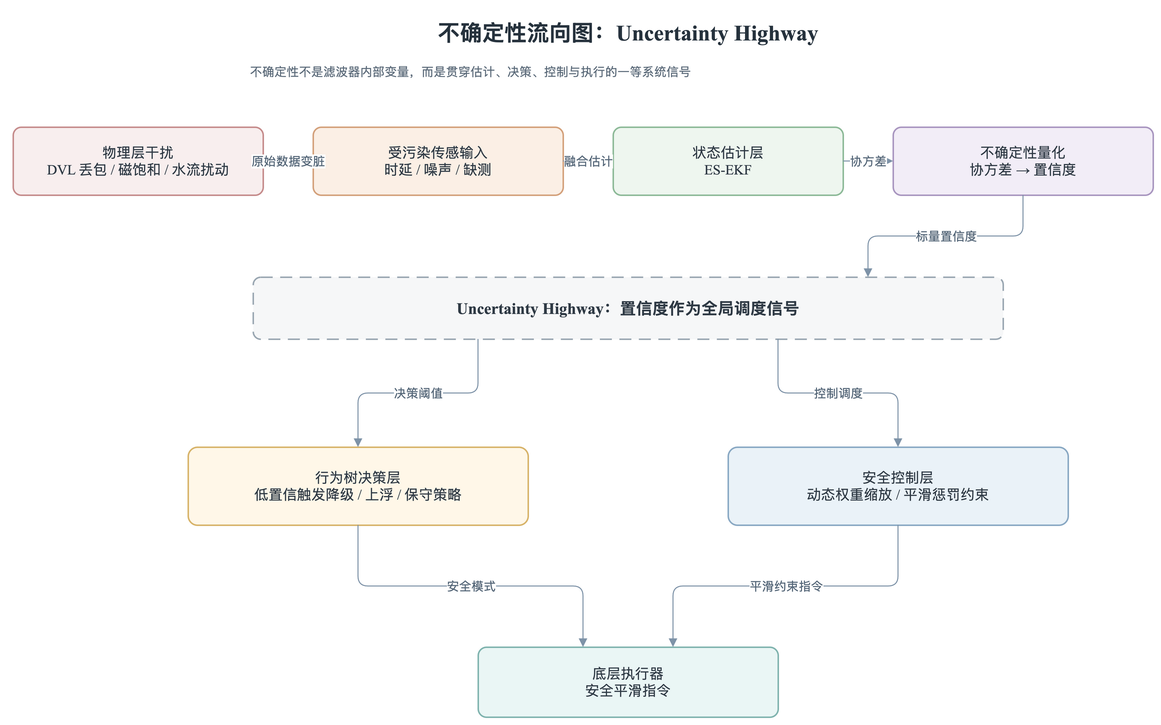
360ZMEM/AUV-Master-Project keeps this draw.io diagram as docs/thesis/figures/architecture/auv_v2_uncertainty_highway.drawio.png. Above is the earlier version. Source tidied: cells renumbered, new cells last; positions are measured from the earlier drawing's top-left corner, leaving out a move shared by most shapes.
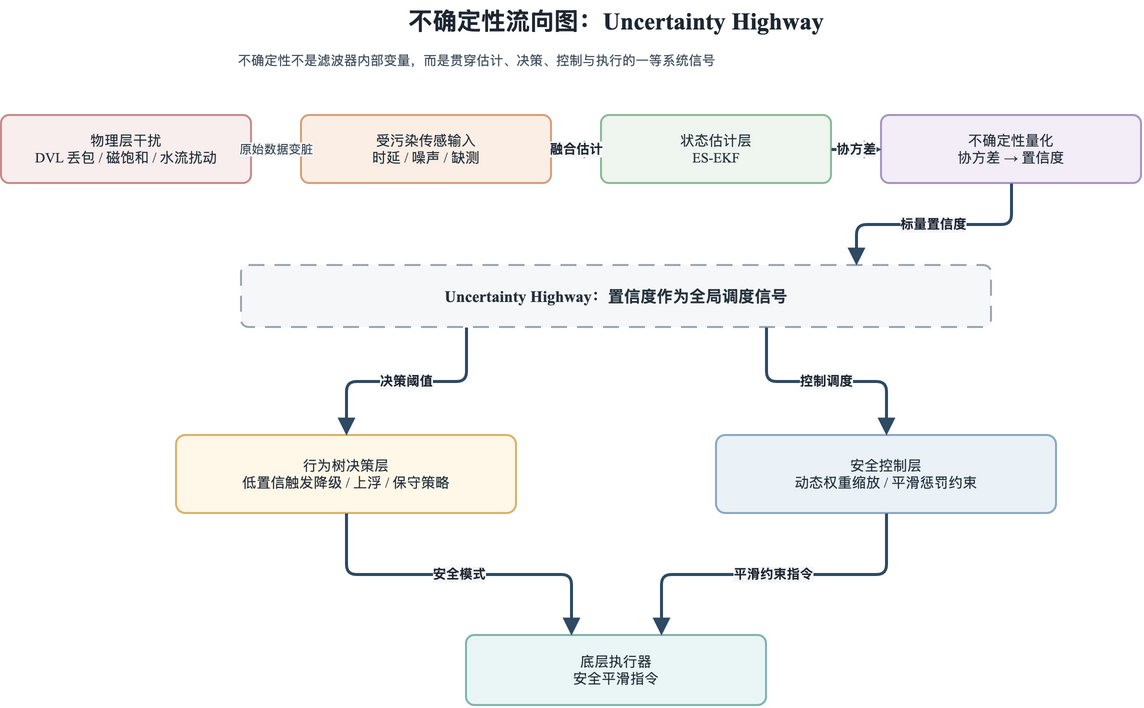
The same diagram one commit later.

Change to the diagram source:
```diff
@@ -2,58 +2,58 @@
   <root>
     <mxCell id="0" />
     <mxCell id="1" parent="0" />
-    <mxCell id="2" value="不确定性流向图：Uncertainty Highway" style="text;html=1;strokeColor=none;fillColor=none;align=center;verticalAlign=middle;whiteSpace=wrap;rounded=0;fontFamily=Noto Serif CJK SC,Times New Roman;fontSize=22;fontStyle=1;fontColor=#26323D;" parent="1" vertex="1">
+    <mxCell id="2" value="不确定性流向图：Uncertainty Highway" style="text;html=1;strokeColor=none;fillColor=none;align=center;verticalAlign=middle;whiteSpace=wrap;rounded=0;fontFamily=Noto Serif CJK SC,Times New Roman;fontSize=24;fontStyle=1;fontColor=#1E2732;" parent="1" vertex="1">
       <mxGeometry x="215" width="800" height="42" as="geometry" />
     </mxCell>
-    <mxCell id="3" value="不确定性不是滤波器内部变量，而是贯穿估计、决策、控制与执行的一等系统信号" style="text;html=1;strokeColor=none;fillColor=none;align=left;verticalAlign=top;whiteSpace=wrap;rounded=0;fontFamily=Noto Serif CJK SC,Times New Roman;fontSize=12;fontColor=#5C6B7A;" parent="1" vertex="1">
+    <mxCell id="3" value="不确定性不是滤波器内部变量，而是贯穿估计、决策、控制与执行的一等系统信号" style="text;html=1;strokeColor=none;fillColor=none;align=left;verticalAlign=top;whiteSpace=wrap;rounded=0;fontFamily=Noto Serif CJK SC,Times New Roman;fontSize=13;fontColor=#43525F;" parent="1" vertex="1">
       <mxGeometry x="235" y="46" width="760" height="34" as="geometry" />
     </mxCell>
-    <mxCell id="4" value="物理层干扰&#10;DVL 丢包 / 磁饱和 / 水流扰动" style="rounded=1;whiteSpace=wrap;html=1;arcSize=12;fillColor=#F8EEEE;strokeColor=#C68C8C;strokeWidth=1.5;spacing=8;fontFamily=Noto Serif CJK SC,Times New Roman;fontSize=14;fontColor=#2F3A45;" parent="1" vertex="1">
+    <mxCell id="4" value="物理层干扰&#10;DVL 丢包 / 磁饱和 / 水流扰动" style="rounded=1;whiteSpace=wrap;html=1;arcSize=12;fillColor=#F8EEEE;strokeColor=#C68C8C;strokeWidth=2;spacing=8;shadow=0;fontFamily=Noto Serif CJK SC,Times New Roman;fontSize=14;fontColor=#26323D;" parent="1" vertex="1">
       <mxGeometry y="115" width="250" height="68" as="geometry" />
     </mxCell>
-    <mxCell id="5" value="受污染传感输入&#10;时延 / 噪声 / 缺测" style="rounded=1;whiteSpace=wrap;html=1;arcSize=12;fillColor=#FBEFE5;strokeColor=#D4A17B;strokeWidth=1.5;spacing=8;fontFamily=Noto Serif CJK SC,Times New Roman;fontSize=14;fontColor=#2F3A45;" parent="1" vertex="1">
+    <mxCell id="5" value="受污染传感输入&#10;时延 / 噪声 / 缺测" style="rounded=1;whiteSpace=wrap;html=1;arcSize=12;fillColor=#FBEFE5;strokeColor=#D4A17B;strokeWidth=2;spacing=8;shadow=0;fontFamily=Noto Serif CJK SC,Times New Roman;fontSize=14;fontColor=#26323D;" parent="1" vertex="1">
       <mxGeometry x="300" y="115" width="250" height="68" as="geometry" />
     </mxCell>
-    <mxCell id="6" value="状态估计层&#10;ES-EKF" style="rounded=1;whiteSpace=wrap;html=1;arcSize=12;fillColor=#EEF6EF;strokeColor=#8DBA98;strokeWidth=1.5;spacing=8;fontFamily=Noto Serif CJK SC,Times New Roman;fontSize=14;fontColor=#2F3A45;" parent="1" vertex="1">
+    <mxCell id="6" value="状态估计层&#10;ES-EKF" style="rounded=1;whiteSpace=wrap;html=1;arcSize=12;fillColor=#EEF6EF;strokeColor=#8DBA98;strokeWidth=2;spacing=8;shadow=0;fontFamily=Noto Serif CJK SC,Times New Roman;fontSize=14;fontColor=#26323D;" parent="1" vertex="1">
       <mxGeometry x="600" y="115" width="230" height="68" as="geometry" />
     </mxCell>
-    <mxCell id="7" value="不确定性量化&#10;协方差 → 置信度" style="rounded=1;whiteSpace=wrap;html=1;arcSize=12;fillColor=#F2EDF7;strokeColor=#A996C0;strokeWidth=1.5;spacing=8;fontFamily=Noto Serif CJK SC,Times New Roman;fontSize=14;fontColor=#2F3A45;" parent="1" vertex="1">
+    <mxCell id="7" value="不确定性量化&#10;协方差 → 置信度" style="rounded=1;whiteSpace=wrap;html=1;arcSize=12;fillColor=#F2EDF7;strokeColor=#A996C0;strokeWidth=2;spacing=8;shadow=0;fontFamily=Noto Serif CJK SC,Times New Roman;fontSize=14;fontColor=#26323D;" parent="1" vertex="1">
       <mxGeometry x="880" y="115" width="260" height="68" as="geometry" />
     </mxCell>
-    <mxCell id="8" value="Uncertainty Highway：置信度作为全局调度信号" style="rounded=1;whiteSpace=wrap;html=1;arcSize=12;fillColor=#F6F7F8;strokeColor=#9AA7B2;strokeWidth=1.5;spacing=8;fontFamily=Noto Serif CJK SC,Times New Roman;fontSize=14;fontColor=#2F3A45;dashed=1;dashPattern=8 5;fontStyle=1;fontSize=16;" parent="1" vertex="1">
+    <mxCell id="8" value="Uncertainty Highway：置信度作为全局调度信号" style="rounded=1;whiteSpace=wrap;html=1;arcSize=12;fillColor=#F6F7F8;strokeColor=#9AA7B2;strokeWidth=2;spacing=8;shadow=0;fontFamily=Noto Serif CJK SC,Times New Roman;fontSize=14;fontColor=#26323D;dashed=1;dashPattern=8 5;fontStyle=1;fontSize=16;" parent="1" vertex="1">
       <mxGeometry x="240" y="265" width="750" height="62" as="geometry" />
     </mxCell>
-    <mxCell id="9" value="行为树决策层&#10;低置信触发降级 / 上浮 / 保守策略" style="rounded=1;whiteSpace=wrap;html=1;arcSize=12;fillColor=#FFF7E8;strokeColor=#D8B46A;strokeWidth=1.5;spacing=8;fontFamily=Noto Serif CJK SC,Times New Roman;fontSize=14;fontColor=#2F3A45;" parent="1" vertex="1">
+    <mxCell id="9" value="行为树决策层&#10;低置信触发降级 / 上浮 / 保守策略" style="rounded=1;whiteSpace=wrap;html=1;arcSize=12;fillColor=#FFF7E8;strokeColor=#D8B46A;strokeWidth=2;spacing=8;shadow=0;fontFamily=Noto Serif CJK SC,Times New Roman;fontSize=14;fontColor=#26323D;" parent="1" vertex="1">
       <mxGeometry x="175" y="435" width="340" height="78" as="geometry" />
     </mxCell>
-    <mxCell id="10" value="安全控制层&#10;动态权重缩放 / 平滑惩罚约束" style="rounded=1;whiteSpace=wrap;html=1;arcSize=12;fillColor=#EAF2F8;strokeColor=#8AA9C4;strokeWidth=1.5;spacing=8;fontFamily=Noto Serif CJK SC,Times New Roman;fontSize=14;fontColor=#2F3A45;" parent="1" vertex="1">
+    <mxCell id="10" value="安全控制层&#10;动态权重缩放 / 平滑惩罚约束" style="rounded=1;whiteSpace=wrap;html=1;arcSize=12;fillColor=#EAF2F8;strokeColor=#8AA9C4;strokeWidth=2;spacing=8;shadow=0;fontFamily=Noto Serif CJK SC,Times New Roman;fontSize=14;fontColor=#26323D;" parent="1" vertex="1">
       <mxGeometry x="715" y="435" width="340" height="78" as="geometry" />
     </mxCell>
-    <mxCell id="11" value="底层执行器&#10;安全平滑指令" style="rounded=1;whiteSpace=wrap;html=1;arcSize=12;fillColor=#EAF6F5;strokeColor=#80B4AF;strokeWidth=1.5;spacing=8;fontFamily=Noto Serif CJK SC,Times New Roman;fontSize=14;fontColor=#2F3A45;" parent="1" vertex="1">
+    <mxCell id="11" value="底层执行器&#10;安全平滑指令" style="rounded=1;whiteSpace=wrap;html=1;arcSize=12;fillColor=#EAF6F5;strokeColor=#80B4AF;strokeWidth=2;spacing=8;shadow=0;fontFamily=Noto Serif CJK SC,Times New Roman;fontSize=14;fontColor=#26323D;" parent="1" vertex="1">
       <mxGeometry x="465" y="635" width="300" height="70" as="geometry" />
     </mxCell>
-    <mxCell id="12" value="原始数据变脏" style="edgeStyle=orthogonalEdgeStyle;rounded=1;jettySize=auto;html=1;strokeColor=#7E93A8;fontColor=#536577;fontSize=12;endArrow=block;endFill=1;exitX=1;entryX=0;" parent="1" edge="1" source="4" target="5">
+    <mxCell id="12" value="原始数据变脏" style="edgeStyle=orthogonalEdgeStyle;rounded=1;jettySize=auto;html=1;strokeColor=#5F7690;fontColor=#3B4A57;fontSize=12;strokeWidth=2;labelBackgroundColor=#F6F7F8;labelBorderColor=none;endArrow=block;endFill=1;endSize=8;exitX=1;entryX=0;" parent="1" edge="1" source="4" target="5">
       <mxGeometry relative="1" as="geometry" />
     </mxCell>
-    <mxCell id="13" value="融合估计" style="edgeStyle=orthogonalEdgeStyle;rounded=1;jettySize=auto;html=1;strokeColor=#7E93A8;fontColor=#536577;fontSize=12;endArrow=block;endFill=1;exitX=1;entryX=0;" parent="1" edge="1" source="5" target="6">
+    <mxCell id="13" value="融合估计" style="edgeStyle=orthogonalEdgeStyle;rounded=1;jettySize=auto;html=1;strokeColor=#2F4A63;fontColor=#1E2732;fontSize=13;fontStyle=1;strokeWidth=3;labelBackgroundColor=#F6F7F8;labelBorderColor=none;endArrow=block;endFill=1;endSize=10;exitX=1;entryX=0;" parent="1" edge="1" source="5" target="6">
       <mxGeometry relative="1" as="geometry" />
     </mxCell>
-    <mxCell id="14" value="协方差" style="edgeStyle=orthogonalEdgeStyle;rounded=1;jettySize=auto;html=1;strokeColor=#7E93A8;fontColor=#536577;fontSize=12;endArrow=block;endFill=1;exitX=1;entryX=0;" parent="1" edge="1" source="6" target="7">
+    <mxCell id="14" value="协方差" style="edgeStyle=orthogonalEdgeStyle;rounded=1;jettySize=auto;html=1;strokeColor=#2F4A63;fontColor=#1E2732;fontSize=13;fontStyle=1;strokeWidth=3;labelBackgroundColor=#F6F7F8;labelBorderColor=none;endArrow=block;endFill=1;endSize=10;exitX=1;entryX=0;" parent="1" edge="1" source="6" target="7">
       <mxGeometry relative="1" as="geometry" />
     </mxCell>
-    <mxCell id="15" value="标量置信度" style="edgeStyle=orthogonalEdgeStyle;rounded=1;jettySize=auto;html=1;strokeColor=#7E93A8;fontColor=#536577;fontSize=12;endArrow=block;endFill=1;exitX=0.5;exitY=1;entryX=0.82;entryY=0;" parent="1" edge="1" source="7" target="8">
+    <mxCell id="15" value="标量置信度" style="edgeStyle=orthogonalEdgeStyle;rounded=1;jettySize=auto;html=1;strokeColor=#2F4A63;fontColor=#1E2732;fontSize=13;fontStyle=1;strokeWidth=3;labelBackgroundColor=#F6F7F8;labelBorderColor=none;endArrow=block;endFill=1;endSize=10;exitX=0.5;exitY=1;entryX=0.82;entryY=0;" parent="1" edge="1" source="7" target="8">
       <mxGeometry relative="1" as="geometry" />
     </mxCell>
-    <mxCell id="16" value="决策阈值" style="edgeStyle=orthogonalEdgeStyle;rounded=1;jettySize=auto;html=1;strokeColor=#7E93A8;fontColor=#536577;fontSize=12;endArrow=block;endFill=1;exitX=0.3;exitY=1;entryX=0.5;entryY=0;" parent="1" edge="1" source="8" target="9">
+    <mxCell id="16" value="决策阈值" style="edgeStyle=orthogonalEdgeStyle;rounded=1;jettySize=auto;html=1;strokeColor=#2F4A63;fontColor=#1E2732;fontSize=13;fontStyle=1;strokeWidth=3;labelBackgroundColor=#F6F7F8;labelBorderColor=none;endArrow=block;endFill=1;endSize=10;exitX=0.3;exitY=1;entryX=0.5;entryY=0;" parent="1" edge="1" source="8" target="9">
       <mxGeometry relative="1" as="geometry" />
     </mxCell>
-    <mxCell id="17" value="控制调度" style="edgeStyle=orthogonalEdgeStyle;rounded=1;jettySize=auto;html=1;strokeColor=#7E93A8;fontColor=#536577;fontSize=12;endArrow=block;endFill=1;exitX=0.7;exitY=1;entryX=0.5;entryY=0;" parent="1" edge="1" source="8" target="10">
+    <mxCell id="17" value="控制调度" style="edgeStyle=orthogonalEdgeStyle;rounded=1;jettySize=auto;html=1;strokeColor=#2F4A63;fontColor=#1E2732;fontSize=13;fontStyle=1;strokeWidth=3;labelBackgroundColor=#F6F7F8;labelBorderColor=none;endArrow=block;endFill=1;endSize=10;exitX=0.7;exitY=1;entryX=0.5;entryY=0;" parent="1" edge="1" source="8" target="10">
       <mxGeometry relative="1" as="geometry" />
     </mxCell>
-    <mxCell id="18" value="安全模式" style="edgeStyle=orthogonalEdgeStyle;rounded=1;jettySize=auto;html=1;strokeColor=#7E93A8;fontColor=#536577;fontSize=12;endArrow=block;endFill=1;exitX=0.5;exitY=1;entryX=0.35;entryY=0;" parent="1" edge="1" source="9" target="11">
+    <mxCell id="18" value="安全模式" style="edgeStyle=orthogonalEdgeStyle;rounded=1;jettySize=auto;html=1;strokeColor=#2F4A63;fontColor=#1E2732;fontSize=13;fontStyle=1;strokeWidth=3;labelBackgroundColor=#F6F7F8;labelBorderColor=none;endArrow=block;endFill=1;endSize=10;exitX=0.5;exitY=1;entryX=0.35;entryY=0;" parent="1" edge="1" source="9" target="11">
       <mxGeometry relative="1" as="geometry" />
     </mxCell>
-    <mxCell id="19" value="平滑约束指令" style="edgeStyle=orthogonalEdgeStyle;rounded=1;jettySize=auto;html=1;strokeColor=#7E93A8;fontColor=#536577;fontSize=12;endArrow=block;endFill=1;exitX=0.5;exitY=1;entryX=0.65;entryY=0;" parent="1" edge="1" source="10" target="11">
+    <mxCell id="19" value="平滑约束指令" style="edgeStyle=orthogonalEdgeStyle;rounded=1;jettySize=auto;html=1;strokeColor=#2F4A63;fontColor=#1E2732;fontSize=13;fontStyle=1;strokeWidth=3;labelBackgroundColor=#F6F7F8;labelBorderColor=none;endArrow=block;endFill=1;endSize=10;exitX=0.5;exitY=1;entryX=0.65;entryY=0;" parent="1" edge="1" source="10" target="11">
       <mxGeometry relative="1" as="geometry" />
     </mxCell>
   </root>
```
